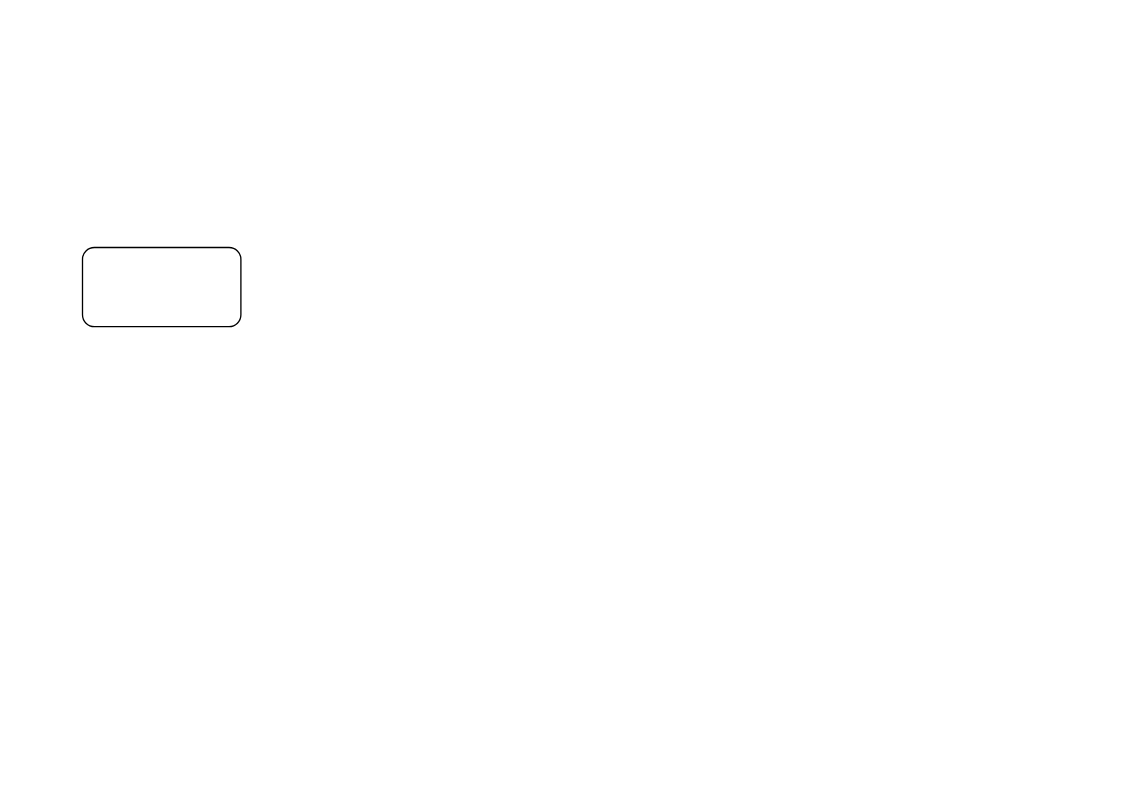
The draw.io diagram cmst386/Untitled Diagram.drawio in Eumonik/hello-world, before the edit. Source tidied: cells renumbered, new cells numbered last; positions are measured from the earlier drawing's top-left corner, leaving out a move shared by most shapes. Both pictures are drawn from the tidied source at 132%, with x=0, y=0 at pixel (82, 247).
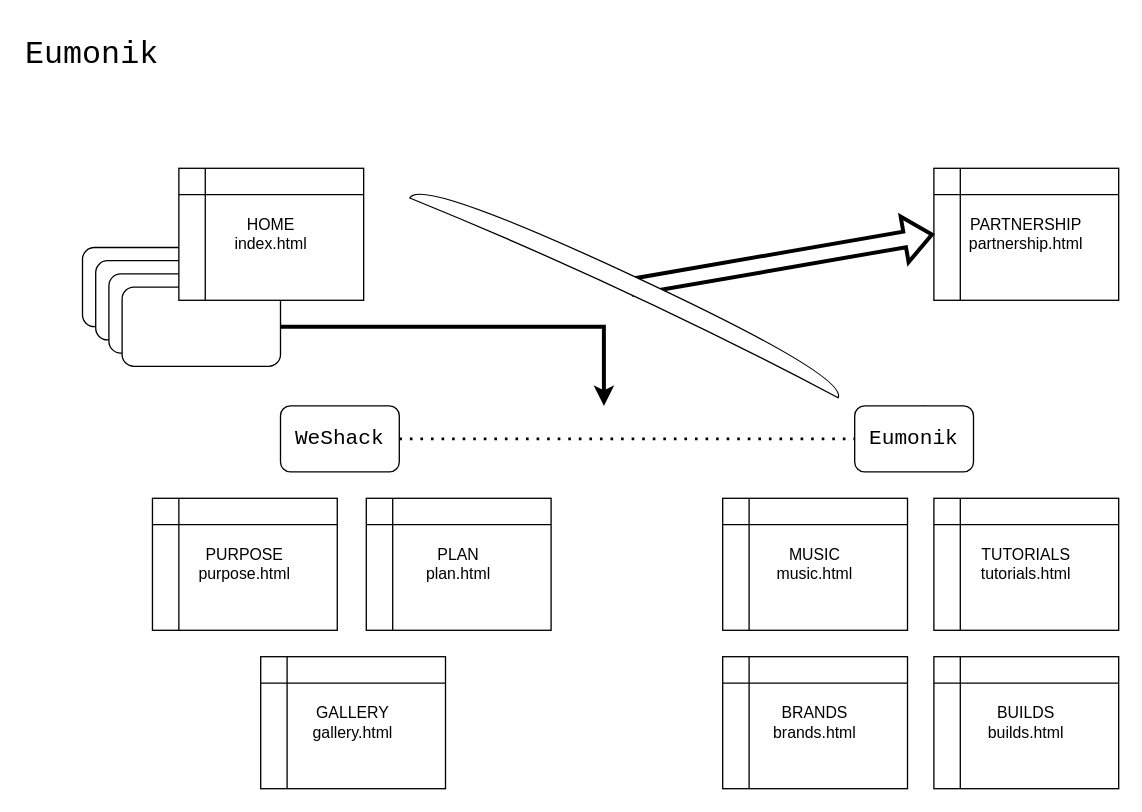
The same diagram, later.

Change to the diagram source:
```diff
@@
+    <mxCell id="3" value="&lt;font style=&quot;font-size: 24px&quot; face=&quot;Courier New&quot;&gt;Eumonik&lt;/font&gt;" style="text;html=1;strokeColor=none;fillColor=none;align=left;verticalAlign=middle;whiteSpace=wrap;rounded=0;" parent="1" vertex="1">
+      <mxGeometry x="-45" y="-170" width="140" height="50" as="geometry" />
+    </mxCell>
+    <mxCell id="4" style="rounded=1;whiteSpace=wrap;html=1;" parent="1" vertex="1">
+      <mxGeometry x="10" y="10" width="120" height="60" as="geometry" />
+    </mxCell>
+    <mxCell id="5" style="rounded=1;whiteSpace=wrap;html=1;" parent="1" vertex="1">
+      <mxGeometry x="20" y="20" width="120" height="60" as="geometry" />
+    </mxCell>
+    <mxCell id="6" style="rounded=1;whiteSpace=wrap;html=1;" parent="1" vertex="1">
+      <mxGeometry x="30" y="30" width="120" height="60" as="geometry" />
+    </mxCell>
+    <mxCell id="7" value="MUSIC&lt;br&gt;music.html" style="shape=internalStorage;whiteSpace=wrap;html=1;backgroundOutline=1;" parent="1" vertex="1">
+      <mxGeometry x="485" y="190" width="140" height="100" as="geometry" />
+    </mxCell>
+    <mxCell id="8" value="TUTORIALS&lt;br&gt;tutorials.html" style="shape=internalStorage;whiteSpace=wrap;html=1;backgroundOutline=1;" parent="1" vertex="1">
+      <mxGeometry x="645" y="190" width="140" height="100" as="geometry" />
+    </mxCell>
+    <mxCell id="9" value="PLAN&lt;br&gt;plan.html" style="shape=internalStorage;whiteSpace=wrap;html=1;backgroundOutline=1;" parent="1" vertex="1">
+      <mxGeometry x="215" y="190" width="140" height="100" as="geometry" />
+    </mxCell>
+    <mxCell id="10" value="PURPOSE&lt;br&gt;purpose.html" style="shape=internalStorage;whiteSpace=wrap;html=1;backgroundOutline=1;" parent="1" vertex="1">
+      <mxGeometry x="53" y="190" width="140" height="100" as="geometry" />
+    </mxCell>
+    <mxCell id="11" style="endArrow=classic;html=1;rounded=0;fontFamily=Courier New;fontSize=24;exitX=1;exitY=0.5;exitDx=0;exitDy=0;strokeWidth=3;" parent="1" edge="1" source="6">
+      <mxGeometry relative="1" as="geometry">
+        <mxPoint x="395" y="120" as="targetPoint" />
+        <Array as="points">
+          <mxPoint x="395" y="60" />
+        </Array>
+      </mxGeometry>
+    </mxCell>
+    <mxCell id="12" style="endArrow=none;dashed=1;html=1;dashPattern=1 3;strokeWidth=2;rounded=0;fontFamily=Courier New;fontSize=24;startArrow=none;" parent="1" edge="1" source="20">
+      <mxGeometry relative="1" as="geometry">
+        <mxPoint x="635" y="130" as="targetPoint" />
+      </mxGeometry>
+    </mxCell>
+    <mxCell id="13" value="HOME&lt;br&gt;index.html" style="shape=internalStorage;whiteSpace=wrap;html=1;backgroundOutline=1;" parent="1" vertex="1">
+      <mxGeometry x="73" y="-60" width="140" height="100" as="geometry" />
+    </mxCell>
+    <mxCell id="14" value="GALLERY&lt;br&gt;gallery.html" style="shape=internalStorage;whiteSpace=wrap;html=1;backgroundOutline=1;" parent="1" vertex="1">
+      <mxGeometry x="135" y="310" width="140" height="100" as="geometry" />
+    </mxCell>
+    <mxCell id="15" value="PARTNERSHIP&lt;br&gt;partnership.html" style="shape=internalStorage;whiteSpace=wrap;html=1;backgroundOutline=1;" parent="1" vertex="1">
+      <mxGeometry x="645" y="-60" width="140" height="100" as="geometry" />
+    </mxCell>
+    <mxCell id="16" style="shape=flexArrow;endArrow=classic;html=1;rounded=0;fontFamily=Courier New;fontSize=24;strokeWidth=3;entryX=0;entryY=0.5;entryDx=0;entryDy=0;" parent="1" edge="1" target="15">
+      <mxGeometry relative="1" as="geometry">
+        <mxPoint x="415" y="30" as="sourcePoint" />
+      </mxGeometry>
+    </mxCell>
+    <mxCell id="17" style="shape=xor;whiteSpace=wrap;html=1;fontFamily=Courier New;fontSize=24;rotation=-65;" parent="1" vertex="1">
+      <mxGeometry x="405" y="-149" width="18" height="358" as="geometry" />
+    </mxCell>
+    <mxCell id="18" value="BRANDS&lt;br&gt;brands.html" style="shape=internalStorage;whiteSpace=wrap;html=1;backgroundOutline=1;" parent="1" vertex="1">
+      <mxGeometry x="485" y="310" width="140" height="100" as="geometry" />
+    </mxCell>
+    <mxCell id="19" value="BUILDS&lt;br&gt;builds.html" style="shape=internalStorage;whiteSpace=wrap;html=1;backgroundOutline=1;" parent="1" vertex="1">
+      <mxGeometry x="645" y="310" width="140" height="100" as="geometry" />
+    </mxCell>
+    <mxCell id="20" value="&lt;font style=&quot;font-size: 16px&quot;&gt;Eumonik&lt;/font&gt;" style="rounded=1;whiteSpace=wrap;html=1;fontFamily=Courier New;fontSize=12;" parent="1" vertex="1">
+      <mxGeometry x="585" y="120" width="90" height="50" as="geometry" />
+    </mxCell>
+    <mxCell id="21" style="endArrow=none;dashed=1;html=1;dashPattern=1 3;strokeWidth=2;rounded=0;fontFamily=Courier New;fontSize=24;exitX=1;exitY=0.5;exitDx=0;exitDy=0;" parent="1" edge="1" source="22" target="20">
+      <mxGeometry relative="1" as="geometry" />
+    </mxCell>
+    <mxCell id="22" value="&lt;font style=&quot;font-size: 16px&quot;&gt;WeShack&lt;/font&gt;" style="rounded=1;whiteSpace=wrap;html=1;fontFamily=Courier New;fontSize=12;" parent="1" vertex="1">
+      <mxGeometry x="150" y="120" width="90" height="50" as="geometry" />
+    </mxCell>
```
